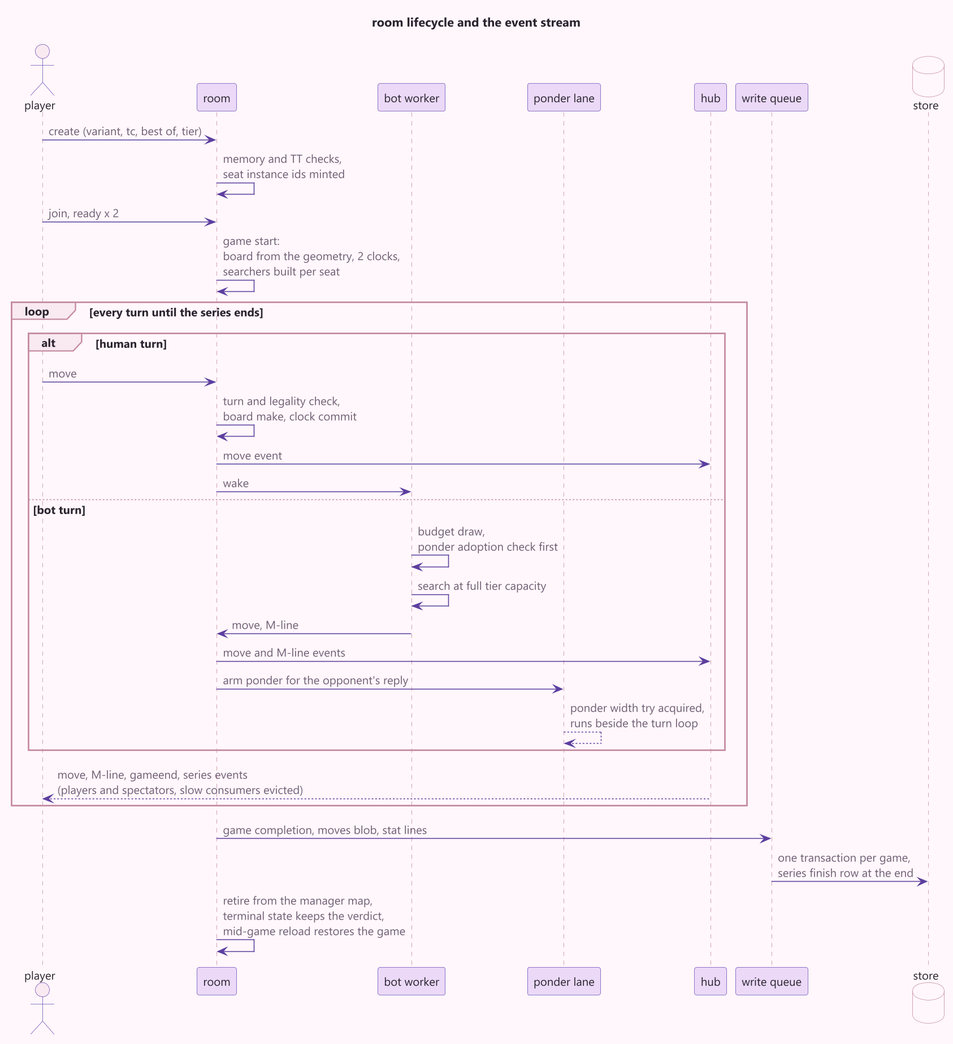
Earlier version of the PlantUML export docs/diagrams/room-lifecycle.png (lavantien/caro-ai-pvp). Source of this version:
```plantuml
@startuml room-lifecycle
!include common.iuml
title room lifecycle and the event stream

actor player
participant "room" as room
participant "bot worker" as bot
participant "ponder lane" as lane
participant "hub" as hub
participant "write queue" as wq
database "store" as store

player -> room : create (variant, tc, best of, tier)
room -> room : memory and TT checks,\nseat instance ids minted
player -> room : join, ready x 2
room -> room : game start:\nboard from the geometry, 2 clocks,\nsearchers built per seat
loop every turn until the series ends
  alt human turn
    player -> room : move
    room -> room : turn and legality check,\nboard make, clock commit
    room -> hub : move event
    room -> bot : wake
  else bot turn
    bot -> bot : budget draw,\nponder adoption check first
    bot -> bot : search at full tier capacity
    bot -> room : move, M-line
    room -> hub : move and M-line events
    room -> lane : arm ponder for the opponent's reply
    lane --> lane : ponder width try acquired,\nruns beside the turn loop
  end
  hub --> player : move, M-line, gameend, series events\n(players and spectators, slow consumers evicted)
end
room -> wq : game completion, moves blob, stat lines
wq -> store : one transaction per game,\nseries finish row at the end
room -> room : retire from the manager map,\nterminal state keeps the verdict,\nmid-game reload restores the game
@enduml
```
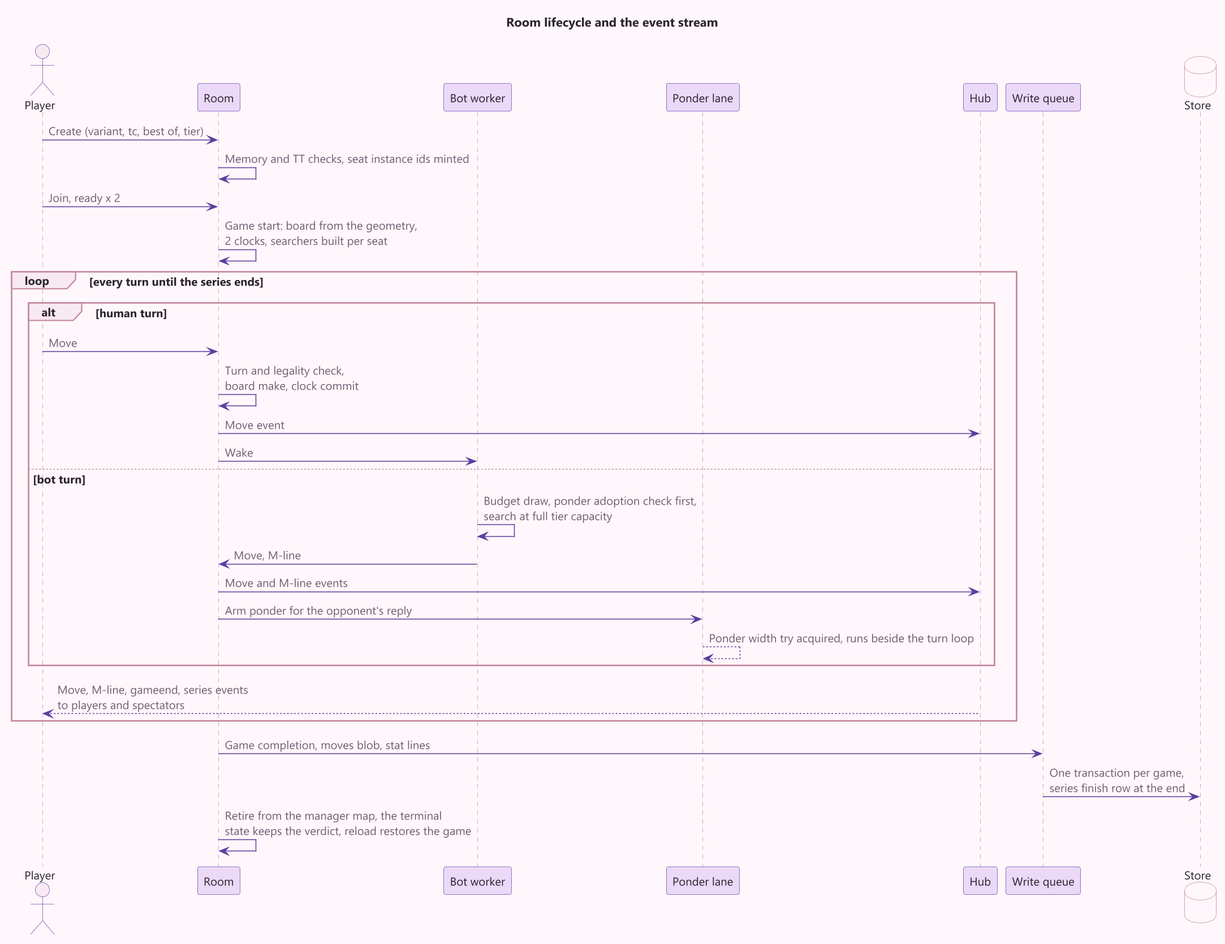
The same file after the commit.

Diff of the diagram source:
```diff
@@ -1,36 +1,35 @@
 @startuml room-lifecycle
 !include common.iuml
-title room lifecycle and the event stream
+title Room lifecycle and the event stream
 
-actor player
-participant "room" as room
-participant "bot worker" as bot
-participant "ponder lane" as lane
-participant "hub" as hub
-participant "write queue" as wq
-database "store" as store
+actor Player
+participant "Room" as room
+participant "Bot worker" as bot
+participant "Ponder lane" as lane
+participant "Hub" as hub
+participant "Write queue" as wq
+database "Store" as store
 
-player -> room : create (variant, tc, best of, tier)
-room -> room : memory and TT checks,\nseat instance ids minted
-player -> room : join, ready x 2
-room -> room : game start:\nboard from the geometry, 2 clocks,\nsearchers built per seat
+Player -> room : Create (variant, tc, best of, tier)
+room -> room : Memory and TT checks, seat instance ids minted
+Player -> room : Join, ready x 2
+room -> room : Game start: board from the geometry,\n2 clocks, searchers built per seat
 loop every turn until the series ends
   alt human turn
-    player -> room : move
-    room -> room : turn and legality check,\nboard make, clock commit
-    room -> hub : move event
-    room -> bot : wake
+    Player -> room : Move
+    room -> room : Turn and legality check,\nboard make, clock commit
+    room -> hub : Move event
+    room -> bot : Wake
   else bot turn
-    bot -> bot : budget draw,\nponder adoption check first
-    bot -> bot : search at full tier capacity
-    bot -> room : move, M-line
-    room -> hub : move and M-line events
-    room -> lane : arm ponder for the opponent's reply
-    lane --> lane : ponder width try acquired,\nruns beside the turn loop
+    bot -> bot : Budget draw, ponder adoption check first,\nsearch at full tier capacity
+    bot -> room : Move, M-line
+    room -> hub : Move and M-line events
+    room -> lane : Arm ponder for the opponent's reply
+    lane --> lane : Ponder width try acquired, runs beside the turn loop
   end
-  hub --> player : move, M-line, gameend, series events\n(players and spectators, slow consumers evicted)
+  hub --> Player : Move, M-line, gameend, series events\nto players and spectators
 end
-room -> wq : game completion, moves blob, stat lines
-wq -> store : one transaction per game,\nseries finish row at the end
-room -> room : retire from the manager map,\nterminal state keeps the verdict,\nmid-game reload restores the game
+room -> wq : Game completion, moves blob, stat lines
+wq -> store : One transaction per game,\nseries finish row at the end
+room -> room : Retire from the manager map, the terminal\nstate keeps the verdict, reload restores the game
 @enduml
```
